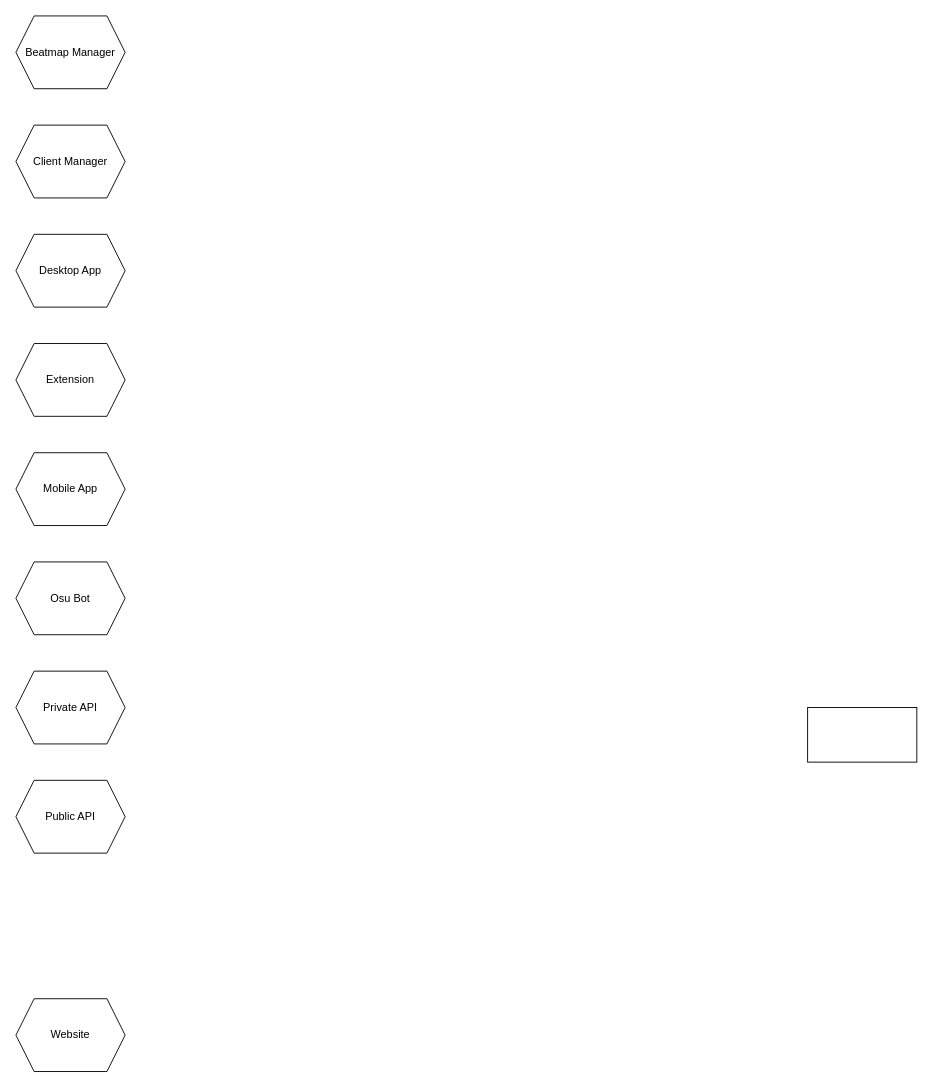
The draw.io diagram page "overview" (1 of 9) of BellaFiora.drawio in BellaFiora/BellaFiora, before the edit. Source tidied: cells renumbered, new cells numbered last; positions are measured from the earlier drawing's top-left corner, leaving out a move shared by most shapes. Both pictures are drawn from the tidied source at 91%, with x=0, y=0 at pixel (15, 15).
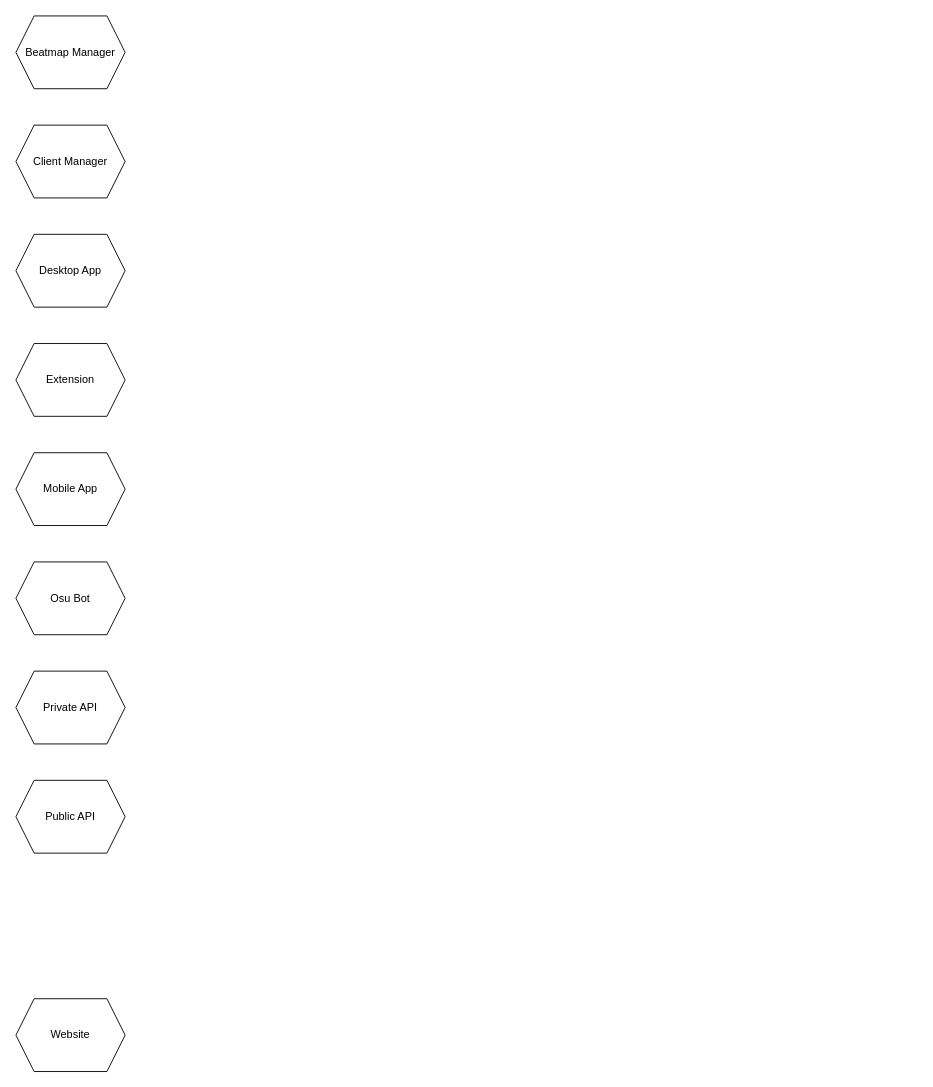
The same diagram, later.

The edit, as a diff of the source:
```diff
@@
 <mxGraphModel>
   <root>
     <mxCell id="0" />
     <mxCell id="1" parent="0" />
     <mxCell id="2" value="Beatmap Manager" style="shape=hexagon;perimeter=hexagonPerimeter2;whiteSpace=wrap;html=1;fixedSize=1;" parent="1" vertex="1">
       <mxGeometry width="120" height="80" as="geometry" />
     </mxCell>
     <mxCell id="3" value="Client Manager" style="shape=hexagon;perimeter=hexagonPerimeter2;whiteSpace=wrap;html=1;fixedSize=1;" parent="1" vertex="1">
       <mxGeometry y="120" width="120" height="80" as="geometry" />
     </mxCell>
     <mxCell id="4" value="Desktop App" style="shape=hexagon;perimeter=hexagonPerimeter2;whiteSpace=wrap;html=1;fixedSize=1;" parent="1" vertex="1">
       <mxGeometry y="240" width="120" height="80" as="geometry" />
     </mxCell>
     <mxCell id="5" value="Extension" style="shape=hexagon;perimeter=hexagonPerimeter2;whiteSpace=wrap;html=1;fixedSize=1;" parent="1" vertex="1">
       <mxGeometry y="360" width="120" height="80" as="geometry" />
     </mxCell>
     <mxCell id="6" value="Mobile App" style="shape=hexagon;perimeter=hexagonPerimeter2;whiteSpace=wrap;html=1;fixedSize=1;" parent="1" vertex="1">
       <mxGeometry y="480" width="120" height="80" as="geometry" />
     </mxCell>
     <mxCell id="7" value="Osu Bot" style="shape=hexagon;perimeter=hexagonPerimeter2;whiteSpace=wrap;html=1;fixedSize=1;" parent="1" vertex="1">
       <mxGeometry y="600" width="120" height="80" as="geometry" />
     </mxCell>
     <mxCell id="8" value="Private API" style="shape=hexagon;perimeter=hexagonPerimeter2;whiteSpace=wrap;html=1;fixedSize=1;" parent="1" vertex="1">
       <mxGeometry y="720" width="120" height="80" as="geometry" />
     </mxCell>
     <mxCell id="9" value="Public API" style="shape=hexagon;perimeter=hexagonPerimeter2;whiteSpace=wrap;html=1;fixedSize=1;" parent="1" vertex="1">
       <mxGeometry y="840" width="120" height="80" as="geometry" />
     </mxCell>
     <mxCell id="10" value="Website" style="shape=hexagon;perimeter=hexagonPerimeter2;whiteSpace=wrap;html=1;fixedSize=1;" parent="1" vertex="1">
       <mxGeometry y="1080" width="120" height="80" as="geometry" />
     </mxCell>
-    <mxCell id="11" style="rounded=0;whiteSpace=wrap;html=1;" parent="1" vertex="1">
-      <mxGeometry x="870" y="760" width="120" height="60" as="geometry" />
-    </mxCell>
   </root>
 </mxGraphModel>
```
